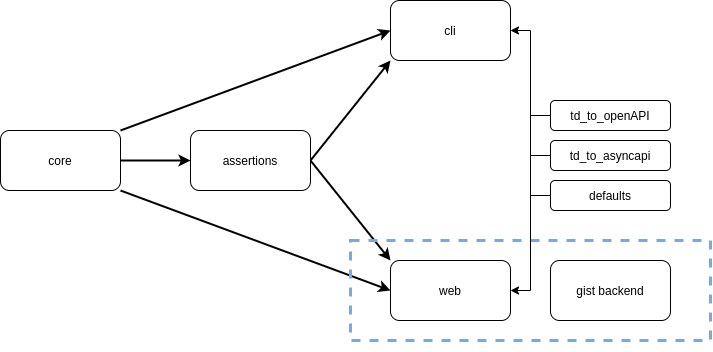
The draw.io diagram images/playground-structure.png in eclipse-thingweb/playground, before a commit. Source tidied: cells renumbered, new cells last; positions are measured from the earlier drawing's top-left corner, leaving out a move shared by most shapes.
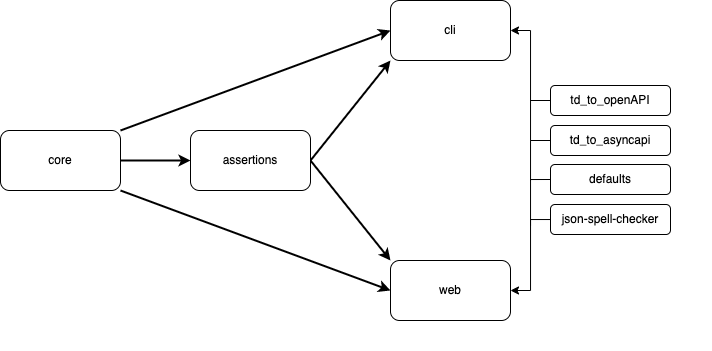
The same diagram one commit later.

Commit message:
update package structure figure

What changed in the source:
```diff
@@ -17,30 +17,12 @@
     <mxCell id="6" value="cli" style="rounded=1;whiteSpace=wrap;html=1;" parent="1" vertex="1">
       <mxGeometry x="390" width="120" height="60" as="geometry" />
     </mxCell>
-    <mxCell id="7" style="group;" parent="1" vertex="1">
-      <mxGeometry x="550" y="100" width="120" height="110" as="geometry" />
-    </mxCell>
-    <mxCell id="8" value="td_to_openAPI" style="rounded=1;whiteSpace=wrap;html=1;" parent="7" vertex="1">
-      <mxGeometry width="120" height="30" as="geometry" />
-    </mxCell>
-    <mxCell id="9" value="td_to_asyncapi" style="rounded=1;whiteSpace=wrap;html=1;" parent="7" vertex="1">
-      <mxGeometry y="40" width="120" height="30" as="geometry" />
-    </mxCell>
-    <mxCell id="10" value="defaults" style="rounded=1;whiteSpace=wrap;html=1;" parent="7" vertex="1">
-      <mxGeometry y="80" width="120" height="30" as="geometry" />
-    </mxCell>
     <mxCell id="11" style="group;" parent="1" vertex="1">
       <mxGeometry x="350" y="230" width="360" height="120" as="geometry" />
     </mxCell>
-    <mxCell id="12" style="verticalLabelPosition=bottom;verticalAlign=top;html=1;shape=mxgraph.basic.rect;fillColor2=none;strokeWidth=3;size=20;indent=5;fillColor=none;dashed=1;strokeColor=#7EA6E0;" parent="11" vertex="1">
-      <mxGeometry y="10" width="360" height="100" as="geometry" />
-    </mxCell>
     <mxCell id="13" value="web" style="rounded=1;whiteSpace=wrap;html=1;" parent="11" vertex="1">
       <mxGeometry x="40" y="30" width="120" height="60" as="geometry" />
     </mxCell>
-    <mxCell id="14" value="gist backend" style="rounded=1;whiteSpace=wrap;html=1;" parent="11" vertex="1">
-      <mxGeometry x="200" y="30" width="120" height="60" as="geometry" />
-    </mxCell>
     <mxCell id="15" style="group;" parent="1" vertex="1">
       <mxGeometry y="130" width="310" height="60" as="geometry" />
     </mxCell>
@@ -56,18 +38,38 @@
     <mxCell id="19" style="edgeStyle=orthogonalEdgeStyle;rounded=0;jettySize=auto;html=1;exitX=0;exitY=0.5;exitDx=0;exitDy=0;entryX=1;entryY=0.5;entryDx=0;entryDy=0;" parent="1" edge="1" source="9" target="6">
       <mxGeometry relative="1" as="geometry" />
     </mxCell>
+    <mxCell id="21" style="edgeStyle=orthogonalEdgeStyle;rounded=0;jettySize=auto;html=1;exitX=0;exitY=0.5;exitDx=0;exitDy=0;entryX=1;entryY=0.5;entryDx=0;entryDy=0;endArrow=classic;endFill=1;" parent="1" edge="1" source="9" target="13">
+      <mxGeometry relative="1" as="geometry" />
+    </mxCell>
+    <mxCell id="23" style="group;" parent="1" vertex="1">
+      <mxGeometry x="530" y="85" width="140" height="149" as="geometry" />
+    </mxCell>
-    <mxCell id="20" style="edgeStyle=orthogonalEdgeStyle;rounded=0;jettySize=auto;html=1;exitX=0;exitY=0.5;exitDx=0;exitDy=0;endArrow=none;endFill=0;" parent="1" edge="1" source="8">
+    <mxCell id="20" style="edgeStyle=orthogonalEdgeStyle;rounded=0;jettySize=auto;html=1;exitX=0;exitY=0.5;exitDx=0;exitDy=0;endArrow=none;endFill=0;" parent="23" edge="1" source="8">
       <mxGeometry relative="1" as="geometry">
-        <mxPoint x="530" y="115.1" as="targetPoint" />
+        <mxPoint y="15.1" as="targetPoint" />
       </mxGeometry>
     </mxCell>
-    <mxCell id="21" style="edgeStyle=orthogonalEdgeStyle;rounded=0;jettySize=auto;html=1;exitX=0;exitY=0.5;exitDx=0;exitDy=0;entryX=1;entryY=0.5;entryDx=0;entryDy=0;endArrow=classic;endFill=1;" parent="1" edge="1" source="9" target="13">
-      <mxGeometry relative="1" as="geometry" />
-    </mxCell>
-    <mxCell id="22" style="edgeStyle=orthogonalEdgeStyle;rounded=0;jettySize=auto;html=1;exitX=0;exitY=0.5;exitDx=0;exitDy=0;endArrow=none;endFill=0;" parent="1" edge="1" source="10">
+    <mxCell id="22" style="edgeStyle=orthogonalEdgeStyle;rounded=0;jettySize=auto;html=1;exitX=0;exitY=0.5;exitDx=0;exitDy=0;endArrow=none;endFill=0;" parent="23" edge="1" source="10">
       <mxGeometry relative="1" as="geometry">
-        <mxPoint x="530" y="195.3" as="targetPoint" />
+        <mxPoint y="95.3" as="targetPoint" />
       </mxGeometry>
     </mxCell>
+    <mxCell id="24" style="edgeStyle=orthogonalEdgeStyle;rounded=0;jettySize=auto;html=1;endArrow=none;endFill=0;" parent="23" edge="1" source="25">
+      <mxGeometry relative="1" as="geometry">
+        <mxPoint y="140" as="targetPoint" />
+      </mxGeometry>
+    </mxCell>
+    <mxCell id="25" value="json-spell-checker" style="rounded=1;whiteSpace=wrap;html=1;" parent="23" vertex="1">
+      <mxGeometry x="20" y="119" width="120" height="30" as="geometry" />
+    </mxCell>
+    <mxCell id="8" value="td_to_openAPI" style="rounded=1;whiteSpace=wrap;html=1;" parent="23" vertex="1">
+      <mxGeometry x="20" width="120" height="30" as="geometry" />
+    </mxCell>
+    <mxCell id="9" value="td_to_asyncapi" style="rounded=1;whiteSpace=wrap;html=1;" parent="23" vertex="1">
+      <mxGeometry x="20" y="40" width="120" height="30" as="geometry" />
+    </mxCell>
+    <mxCell id="10" value="defaults" style="rounded=1;whiteSpace=wrap;html=1;" parent="23" vertex="1">
+      <mxGeometry x="20" y="79" width="120" height="30" as="geometry" />
+    </mxCell>
   </root>
 </mxGraphModel>
```
